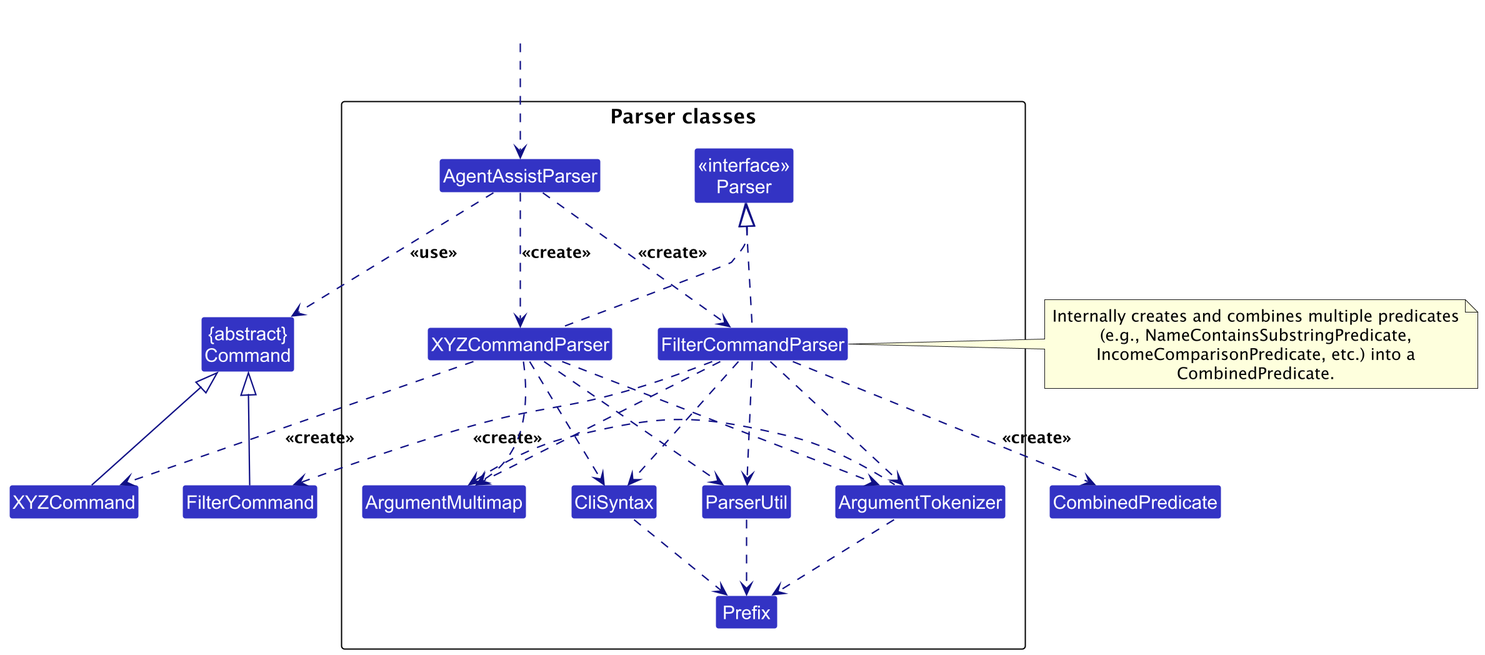
This is docs/images/ParserClasses.png from nus-cs2103-AY2425S1/tp, a PlantUML export, as it was before one commit. Its source is kept beside it as docs/diagrams/ParserClasses.puml.
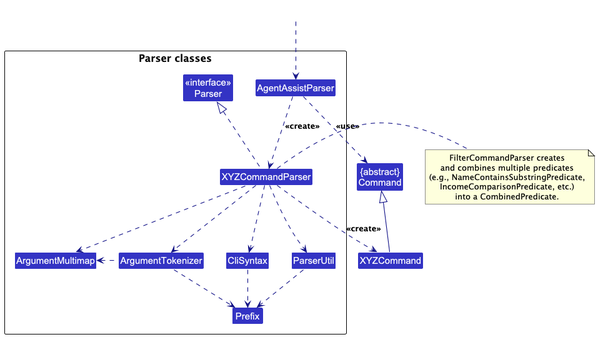
After the change.

Commit message:
Simplify Parser classes diagram by abstracting FilterCommandParser to a note

What changed in the source:
```diff
@@ -6,14 +6,11 @@
 
 Class "{abstract}\nCommand" as Command
 Class XYZCommand
-Class FilterCommand
-Class CombinedPredicate
 
 package "Parser classes"{
 Class "<<interface>>\nParser" as Parser
 Class AgentAssistParser
 Class XYZCommandParser
-Class FilterCommandParser
 Class CliSyntax
 Class ParserUtil
 Class ArgumentMultimap
@@ -25,34 +22,26 @@
 HiddenOutside ..> AgentAssistParser
 
 AgentAssistParser .down.> XYZCommandParser: <<create>>
-AgentAssistParser .down.> FilterCommandParser: <<create>>
 
 XYZCommandParser ..> XYZCommand : <<create>>
-FilterCommandParser ..> FilterCommand : <<create>>
-FilterCommandParser ..> CombinedPredicate : <<create>>
 AgentAssistParser ..> Command : <<use>>
 XYZCommandParser .up.|> Parser
 XYZCommandParser ..> ArgumentMultimap
 XYZCommandParser ..> ArgumentTokenizer
-FilterCommandParser .up.|> Parser
-FilterCommandParser ..> ArgumentMultimap
-FilterCommandParser ..> ArgumentTokenizer
 ArgumentTokenizer .left.> ArgumentMultimap
 XYZCommandParser ..> CliSyntax
-FilterCommandParser ..> CliSyntax
 CliSyntax ..> Prefix
 XYZCommandParser ..> ParserUtil
-FilterCommandParser ..> ParserUtil
 ParserUtil .down.> Prefix
 ArgumentTokenizer .down.> Prefix
 XYZCommand -up-|> Command
-FilterCommand -up-|> Command
 
-note right of FilterCommandParser
-Internally creates and combines multiple predicates
+note right of XYZCommandParser
+FilterCommandParser creates
+and combines multiple predicates
 (e.g., NameContainsSubstringPredicate,
-IncomeComparisonPredicate, etc.) into a
-CombinedPredicate.
+IncomeComparisonPredicate, etc.)
+into a CombinedPredicate.
 end note
 
 @enduml
```
